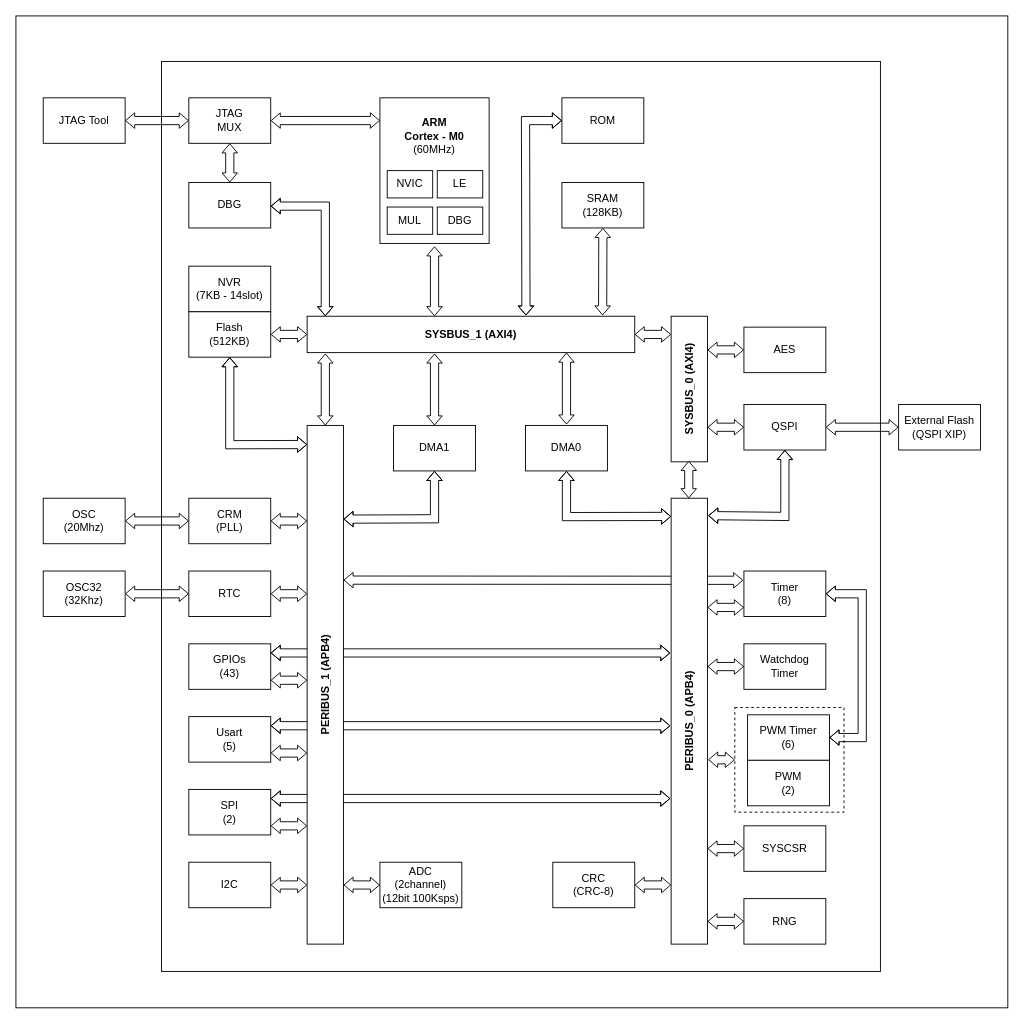
The draw.io diagram page "Fu2" (1 of 2) of Fu2_diagram/Fu2-diagram.drawio in QuocBuu/drawio, before the edit. Source tidied: cells renumbered, new cells numbered last; positions are measured from the earlier drawing's top-left corner, leaving out a move shared by most shapes. Both pictures are drawn from the tidied source at 91%, with x=0, y=0 at pixel (15, 15).
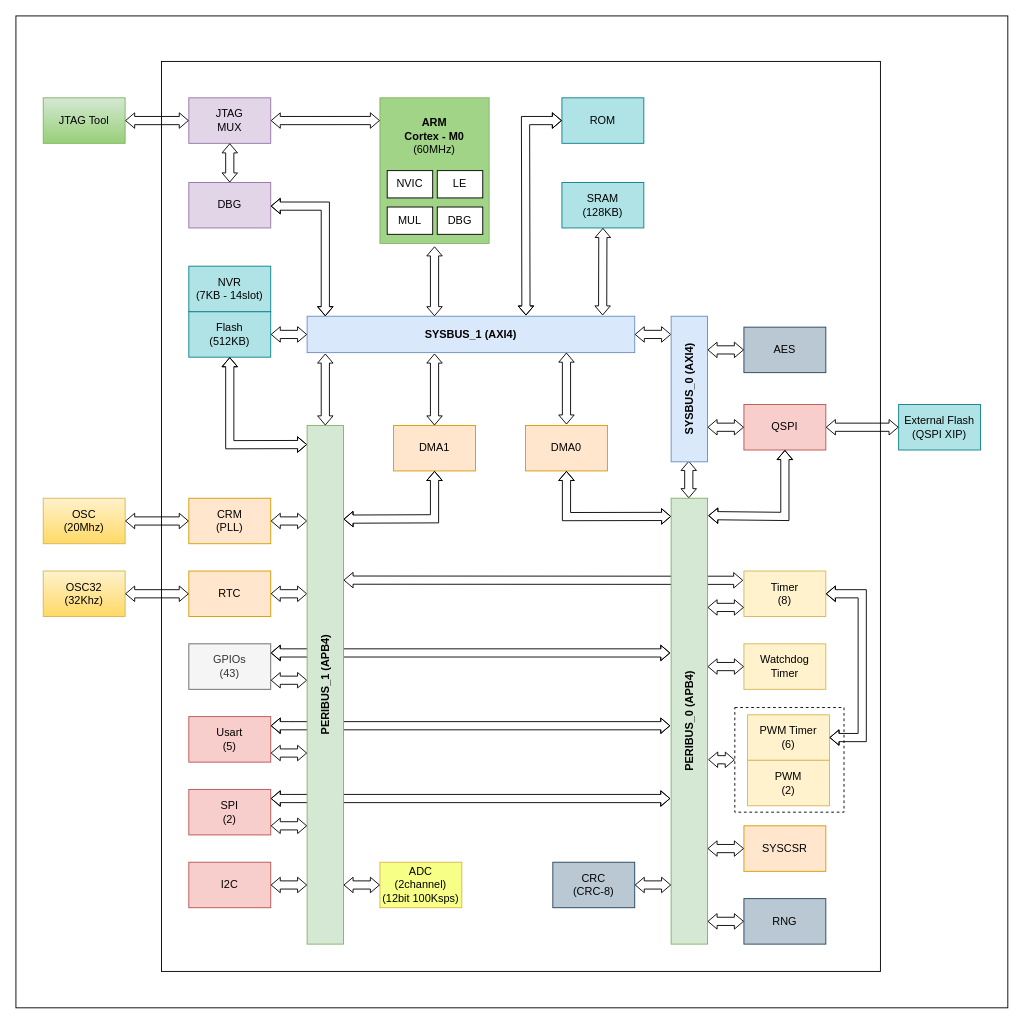
The same page after the edit.

What changed in the source:
```diff
@@
-    <mxCell id="9" value="&lt;b&gt;SYSBUS_1 (AXI4)&lt;/b&gt;" style="rounded=0;whiteSpace=wrap;html=1;horizontal=0;rotation=90;" parent="1" vertex="1">
+    <mxCell id="9" value="&lt;b&gt;SYSBUS_1 (AXI4)&lt;/b&gt;" style="rounded=0;whiteSpace=wrap;html=1;horizontal=0;rotation=90;fillColor=#dae8fc;strokeColor=#6c8ebf;" parent="1" vertex="1">
       <mxGeometry x="480" y="170" width="40" height="360" as="geometry" />
     </mxCell>
-    <mxCell id="10" value="CRM&lt;br&gt;(PLL)" style="rounded=0;whiteSpace=wrap;html=1;" parent="1" vertex="1">
+    <mxCell id="10" value="CRM&lt;br&gt;(PLL)" style="rounded=0;whiteSpace=wrap;html=1;fillColor=#ffe6cc;strokeColor=#d79b00;" parent="1" vertex="1">
       <mxGeometry x="190" y="530" width="90" height="50" as="geometry" />
     </mxCell>
-    <mxCell id="11" value="RTC" style="rounded=0;whiteSpace=wrap;html=1;" parent="1" vertex="1">
+    <mxCell id="11" value="RTC" style="rounded=0;whiteSpace=wrap;html=1;fillColor=#ffe6cc;strokeColor=#d79b00;" parent="1" vertex="1">
       <mxGeometry x="190" y="610" width="90" height="50" as="geometry" />
     </mxCell>
-    <mxCell id="12" value="GPIOs&lt;br&gt;(43)" style="rounded=0;whiteSpace=wrap;html=1;" parent="1" vertex="1">
+    <mxCell id="12" value="GPIOs&lt;br&gt;(43)" style="rounded=0;whiteSpace=wrap;html=1;fillColor=#f5f5f5;fontColor=#333333;strokeColor=#666666;" parent="1" vertex="1">
       <mxGeometry x="190" y="690" width="90" height="50" as="geometry" />
     </mxCell>
-    <mxCell id="13" value="Usart&lt;br&gt;(5)" style="rounded=0;whiteSpace=wrap;html=1;" parent="1" vertex="1">
+    <mxCell id="13" value="Usart&lt;br&gt;(5)" style="rounded=0;whiteSpace=wrap;html=1;fillColor=#f8cecc;strokeColor=#b85450;" parent="1" vertex="1">
       <mxGeometry x="190" y="770" width="90" height="50" as="geometry" />
     </mxCell>
@@
-    <mxCell id="15" value="DMA1" style="rounded=0;whiteSpace=wrap;html=1;" parent="1" vertex="1">
+    <mxCell id="15" value="DMA1" style="rounded=0;whiteSpace=wrap;html=1;fillColor=#ffe6cc;strokeColor=#d79b00;" parent="1" vertex="1">
       <mxGeometry x="415" y="450" width="90" height="50" as="geometry" />
     </mxCell>
-    <mxCell id="16" value="Flash&lt;br&gt;(512KB)" style="rounded=0;whiteSpace=wrap;html=1;" parent="1" vertex="1">
+    <mxCell id="16" value="Flash&lt;br&gt;(512KB)" style="rounded=0;whiteSpace=wrap;html=1;fillColor=#b0e3e6;strokeColor=#0e8088;" parent="1" vertex="1">
       <mxGeometry x="190" y="325" width="90" height="50" as="geometry" />
     </mxCell>
-    <mxCell id="17" value="NVR&lt;br&gt;(7KB - 14slot)" style="rounded=0;whiteSpace=wrap;html=1;" parent="1" vertex="1">
+    <mxCell id="17" value="NVR&lt;br&gt;(7KB - 14slot)" style="rounded=0;whiteSpace=wrap;html=1;fillColor=#b0e3e6;strokeColor=#0e8088;" parent="1" vertex="1">
       <mxGeometry x="190" y="275" width="90" height="50" as="geometry" />
     </mxCell>
@@
-    <mxCell id="19" value="SRAM&lt;br&gt;(128KB)" style="rounded=0;whiteSpace=wrap;html=1;" parent="1" vertex="1">
+    <mxCell id="19" value="SRAM&lt;br&gt;(128KB)" style="rounded=0;whiteSpace=wrap;html=1;fillColor=#b0e3e6;strokeColor=#0e8088;" parent="1" vertex="1">
       <mxGeometry x="600" y="183" width="90" height="50" as="geometry" />
     </mxCell>
-    <mxCell id="20" value="ROM" style="rounded=0;whiteSpace=wrap;html=1;" parent="1" vertex="1">
+    <mxCell id="20" value="ROM" style="rounded=0;whiteSpace=wrap;html=1;fillColor=#b0e3e6;strokeColor=#0e8088;" parent="1" vertex="1">
       <mxGeometry x="600" y="90" width="90" height="50" as="geometry" />
     </mxCell>
@@
-    <mxCell id="22" value="DMA0" style="rounded=0;whiteSpace=wrap;html=1;" parent="1" vertex="1">
+    <mxCell id="22" value="DMA0" style="rounded=0;whiteSpace=wrap;html=1;fillColor=#ffe6cc;strokeColor=#d79b00;" parent="1" vertex="1">
       <mxGeometry x="560" y="450" width="90" height="50" as="geometry" />
     </mxCell>
-    <mxCell id="23" value="AES" style="rounded=0;whiteSpace=wrap;html=1;" parent="1" vertex="1">
+    <mxCell id="23" value="AES" style="rounded=0;whiteSpace=wrap;html=1;fillColor=#bac8d3;strokeColor=#23445d;" parent="1" vertex="1">
       <mxGeometry x="800" y="342" width="90" height="50" as="geometry" />
     </mxCell>
-    <mxCell id="24" value="QSPI" style="rounded=0;whiteSpace=wrap;html=1;" parent="1" vertex="1">
+    <mxCell id="24" value="QSPI" style="rounded=0;whiteSpace=wrap;html=1;fillColor=#f8cecc;strokeColor=#b85450;" parent="1" vertex="1">
       <mxGeometry x="800" y="427" width="90" height="50" as="geometry" />
     </mxCell>
@@
-    <mxCell id="27" value="External Flash&lt;br&gt;(QSPI XIP)" style="rounded=0;whiteSpace=wrap;html=1;" parent="1" vertex="1">
+    <mxCell id="27" value="External Flash&lt;br&gt;(QSPI XIP)" style="rounded=0;whiteSpace=wrap;html=1;fillColor=#b0e3e6;strokeColor=#0e8088;" parent="1" vertex="1">
       <mxGeometry x="970" y="427" width="90" height="50" as="geometry" />
     </mxCell>
@@
-    <mxCell id="30" value="&lt;b&gt;SYSBUS_0 (AXI4)&lt;/b&gt;" style="rounded=0;whiteSpace=wrap;html=1;horizontal=0;rotation=0;" parent="1" vertex="1">
+    <mxCell id="30" value="&lt;b&gt;SYSBUS_0 (AXI4)&lt;/b&gt;" style="rounded=0;whiteSpace=wrap;html=1;horizontal=0;rotation=0;fillColor=#dae8fc;strokeColor=#6c8ebf;" parent="1" vertex="1">
       <mxGeometry x="720" y="330" width="40" height="160" as="geometry" />
     </mxCell>
-    <mxCell id="31" value="&lt;div&gt;&lt;br&gt;&lt;/div&gt;&lt;b&gt;ARM&lt;br&gt;Cortex - M0&lt;/b&gt;&lt;br&gt;(60MHz)" style="rounded=0;whiteSpace=wrap;html=1;verticalAlign=top;" parent="1" vertex="1">
+    <mxCell id="31" value="&lt;div&gt;&lt;br&gt;&lt;/div&gt;&lt;b&gt;ARM&lt;br&gt;Cortex - M0&lt;/b&gt;&lt;br&gt;(60MHz)" style="rounded=0;whiteSpace=wrap;html=1;verticalAlign=top;fillColor=light-dark(#a2d488, #034345);strokeColor=#82b366;" parent="1" vertex="1">
       <mxGeometry x="400" y="90" width="120" height="160" as="geometry" />
     </mxCell>
@@
-    <mxCell id="37" value="JTAG&lt;br&gt;MUX" style="rounded=0;whiteSpace=wrap;html=1;" parent="1" vertex="1">
+    <mxCell id="37" value="JTAG&lt;br&gt;MUX" style="rounded=0;whiteSpace=wrap;html=1;fillColor=#e1d5e7;strokeColor=#9673a6;" parent="1" vertex="1">
       <mxGeometry x="190" y="90" width="90" height="50" as="geometry" />
     </mxCell>
-    <mxCell id="38" value="DBG" style="rounded=0;whiteSpace=wrap;html=1;" parent="1" vertex="1">
+    <mxCell id="38" value="DBG" style="rounded=0;whiteSpace=wrap;html=1;fillColor=#e1d5e7;strokeColor=#9673a6;" parent="1" vertex="1">
       <mxGeometry x="190" y="183" width="90" height="50" as="geometry" />
     </mxCell>
@@
-    <mxCell id="52" value="Timer&lt;br&gt;(8)" style="rounded=0;whiteSpace=wrap;html=1;" parent="1" vertex="1">
+    <mxCell id="52" value="Timer&lt;br&gt;(8)" style="rounded=0;whiteSpace=wrap;html=1;fillColor=#fff2cc;strokeColor=#d6b656;" parent="1" vertex="1">
       <mxGeometry x="800" y="610" width="90" height="50" as="geometry" />
     </mxCell>
@@
-    <mxCell id="55" value="Watchdog&lt;br&gt;Timer" style="rounded=0;whiteSpace=wrap;html=1;" parent="1" vertex="1">
+    <mxCell id="55" value="Watchdog&lt;br&gt;Timer" style="rounded=0;whiteSpace=wrap;html=1;fillColor=#fff2cc;strokeColor=#d6b656;" parent="1" vertex="1">
       <mxGeometry x="800" y="690" width="90" height="50" as="geometry" />
     </mxCell>
@@
-    <mxCell id="57" value="SPI&lt;br&gt;(2)" style="rounded=0;whiteSpace=wrap;html=1;" parent="1" vertex="1">
+    <mxCell id="57" value="SPI&lt;br&gt;(2)" style="rounded=0;whiteSpace=wrap;html=1;fillColor=#f8cecc;strokeColor=#b85450;" parent="1" vertex="1">
       <mxGeometry x="190" y="850" width="90" height="50" as="geometry" />
     </mxCell>
-    <mxCell id="58" value="I2C" style="rounded=0;whiteSpace=wrap;html=1;" parent="1" vertex="1">
+    <mxCell id="58" value="I2C" style="rounded=0;whiteSpace=wrap;html=1;fillColor=#f8cecc;strokeColor=#b85450;" parent="1" vertex="1">
       <mxGeometry x="190" y="930" width="90" height="50" as="geometry" />
     </mxCell>
-    <mxCell id="59" value="ADC&lt;br&gt;(2channel)&lt;br&gt;(12bit 100Ksps)" style="rounded=0;whiteSpace=wrap;html=1;" parent="1" vertex="1">
+    <mxCell id="59" value="ADC&lt;br&gt;(2channel)&lt;br&gt;(12bit 100Ksps)" style="rounded=0;whiteSpace=wrap;html=1;fillColor=#F7FF87;strokeColor=#d6b656;" parent="1" vertex="1">
       <mxGeometry x="400" y="930" width="90" height="50" as="geometry" />
     </mxCell>
-    <mxCell id="60" value="RNG" style="rounded=0;whiteSpace=wrap;html=1;" parent="1" vertex="1">
+    <mxCell id="60" value="RNG" style="rounded=0;whiteSpace=wrap;html=1;fillColor=#bac8d3;strokeColor=#23445d;" parent="1" vertex="1">
       <mxGeometry x="800" y="970" width="90" height="50" as="geometry" />
     </mxCell>
-    <mxCell id="61" value="CRC&lt;br&gt;(CRC-8)" style="rounded=0;whiteSpace=wrap;html=1;" parent="1" vertex="1">
+    <mxCell id="61" value="CRC&lt;br&gt;(CRC-8)" style="rounded=0;whiteSpace=wrap;html=1;fillColor=#bac8d3;strokeColor=#23445d;" parent="1" vertex="1">
       <mxGeometry x="590" y="930" width="90" height="50" as="geometry" />
     </mxCell>
-    <mxCell id="62" value="SYSCSR" style="rounded=0;whiteSpace=wrap;html=1;" parent="1" vertex="1">
+    <mxCell id="62" value="SYSCSR" style="rounded=0;whiteSpace=wrap;html=1;fillColor=#ffe6cc;strokeColor=#d79b00;" parent="1" vertex="1">
       <mxGeometry x="800" y="890" width="90" height="50" as="geometry" />
     </mxCell>
-    <mxCell id="63" value="PWM Timer&lt;br&gt;(6)" style="rounded=0;whiteSpace=wrap;html=1;" parent="1" vertex="1">
+    <mxCell id="63" value="PWM Timer&lt;br&gt;(6)" style="rounded=0;whiteSpace=wrap;html=1;fillColor=#fff2cc;strokeColor=#d6b656;" parent="1" vertex="1">
       <mxGeometry x="804" y="768" width="90" height="50" as="geometry" />
     </mxCell>
@@
-    <mxCell id="66" value="PWM&lt;br&gt;(2)" style="rounded=0;whiteSpace=wrap;html=1;" parent="1" vertex="1">
+    <mxCell id="66" value="PWM&lt;br&gt;(2)" style="rounded=0;whiteSpace=wrap;html=1;fillColor=#fff2cc;strokeColor=#d6b656;" parent="1" vertex="1">
       <mxGeometry x="804" y="818" width="90" height="50" as="geometry" />
     </mxCell>
-    <mxCell id="67" value="&lt;b&gt;PERIBUS_0 (APB4)&lt;/b&gt;" style="rounded=0;whiteSpace=wrap;html=1;horizontal=0;" parent="1" vertex="1">
+    <mxCell id="67" value="&lt;b&gt;PERIBUS_0 (APB4)&lt;/b&gt;" style="rounded=0;whiteSpace=wrap;html=1;horizontal=0;fillColor=#d5e8d4;strokeColor=#82b366;" parent="1" vertex="1">
       <mxGeometry x="720" y="530" width="40" height="490" as="geometry" />
     </mxCell>
-    <mxCell id="68" value="&lt;b&gt;PERIBUS_1 (APB4)&lt;/b&gt;" style="rounded=0;whiteSpace=wrap;html=1;horizontal=0;" parent="1" vertex="1">
+    <mxCell id="68" value="&lt;b&gt;PERIBUS_1 (APB4)&lt;/b&gt;" style="rounded=0;whiteSpace=wrap;html=1;horizontal=0;fillColor=#d5e8d4;strokeColor=#82b366;" parent="1" vertex="1">
       <mxGeometry x="320" y="450" width="40" height="570" as="geometry" />
     </mxCell>
@@
-    <mxCell id="76" value="OSC&lt;br&gt;(20Mhz)" style="rounded=0;whiteSpace=wrap;html=1;" parent="1" vertex="1">
+    <mxCell id="76" value="OSC&lt;br&gt;(20Mhz)" style="rounded=0;whiteSpace=wrap;html=1;fillColor=#fff2cc;gradientColor=#ffd966;strokeColor=#d6b656;" parent="1" vertex="1">
       <mxGeometry x="30" y="530" width="90" height="50" as="geometry" />
     </mxCell>
@@
-    <mxCell id="78" value="OSC32&lt;br&gt;(32Khz)" style="rounded=0;whiteSpace=wrap;html=1;" parent="1" vertex="1">
+    <mxCell id="78" value="OSC32&lt;br&gt;(32Khz)" style="rounded=0;whiteSpace=wrap;html=1;fillColor=#fff2cc;gradientColor=#ffd966;strokeColor=#d6b656;" parent="1" vertex="1">
       <mxGeometry x="30" y="610" width="90" height="50" as="geometry" />
     </mxCell>
@@
-    <mxCell id="80" value="JTAG Tool" style="rounded=0;whiteSpace=wrap;html=1;" parent="1" vertex="1">
+    <mxCell id="80" value="JTAG Tool" style="rounded=0;whiteSpace=wrap;html=1;fillColor=#d5e8d4;gradientColor=#97d077;strokeColor=#82b366;" parent="1" vertex="1">
       <mxGeometry x="30" y="90" width="90" height="50" as="geometry" />
     </mxCell>
```
